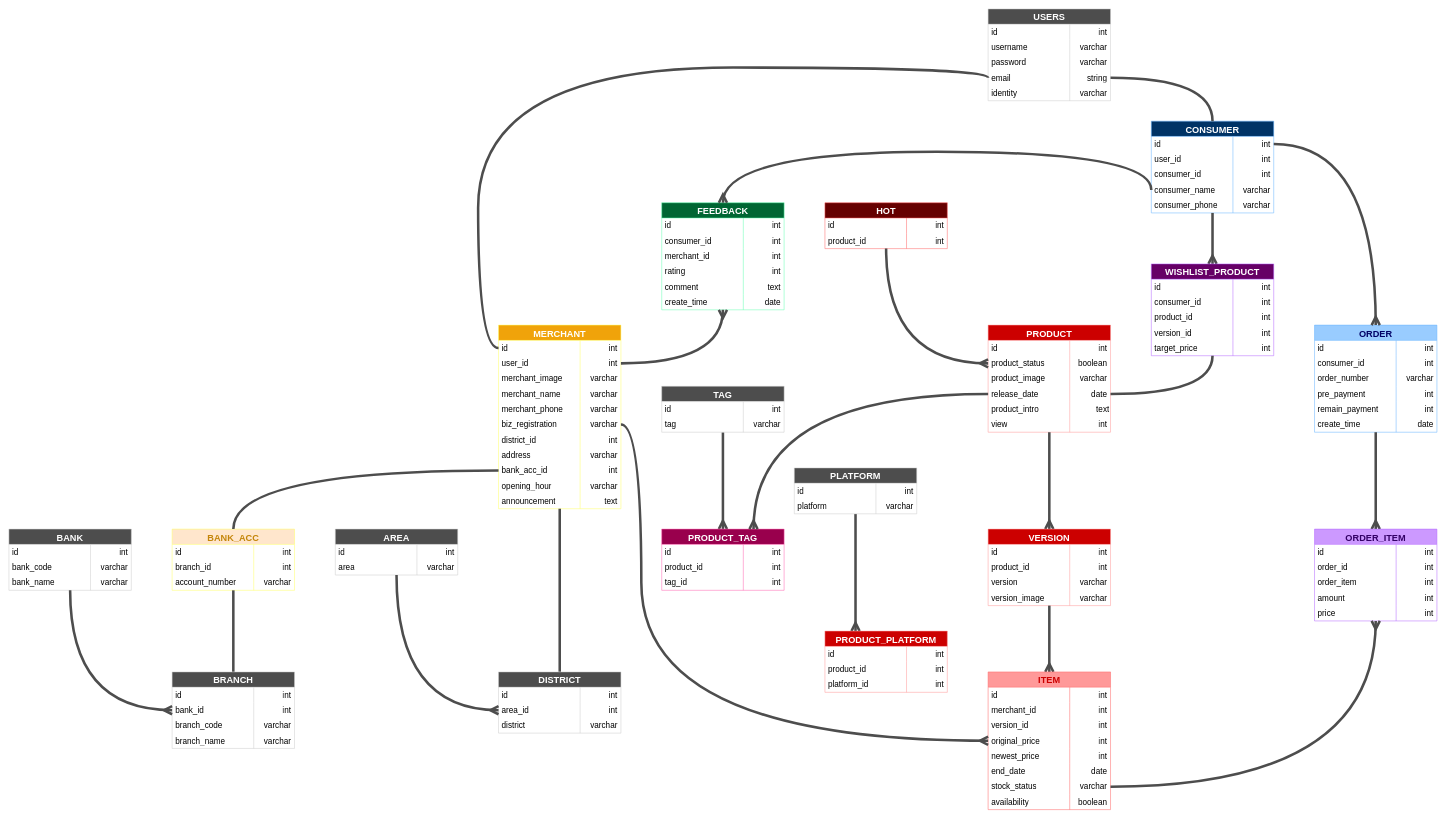
Earlier version of the draw.io diagram guideline/sql_diagram/erd.drawio (Wils0nLin/FRD-Project). Source tidied: cells renumbered, new cells numbered last; positions are measured from the earlier drawing's top-left corner, leaving out a move shared by most shapes. Both pictures are drawn from the tidied source at 51%, with x=0, y=0 at pixel (9, 9).
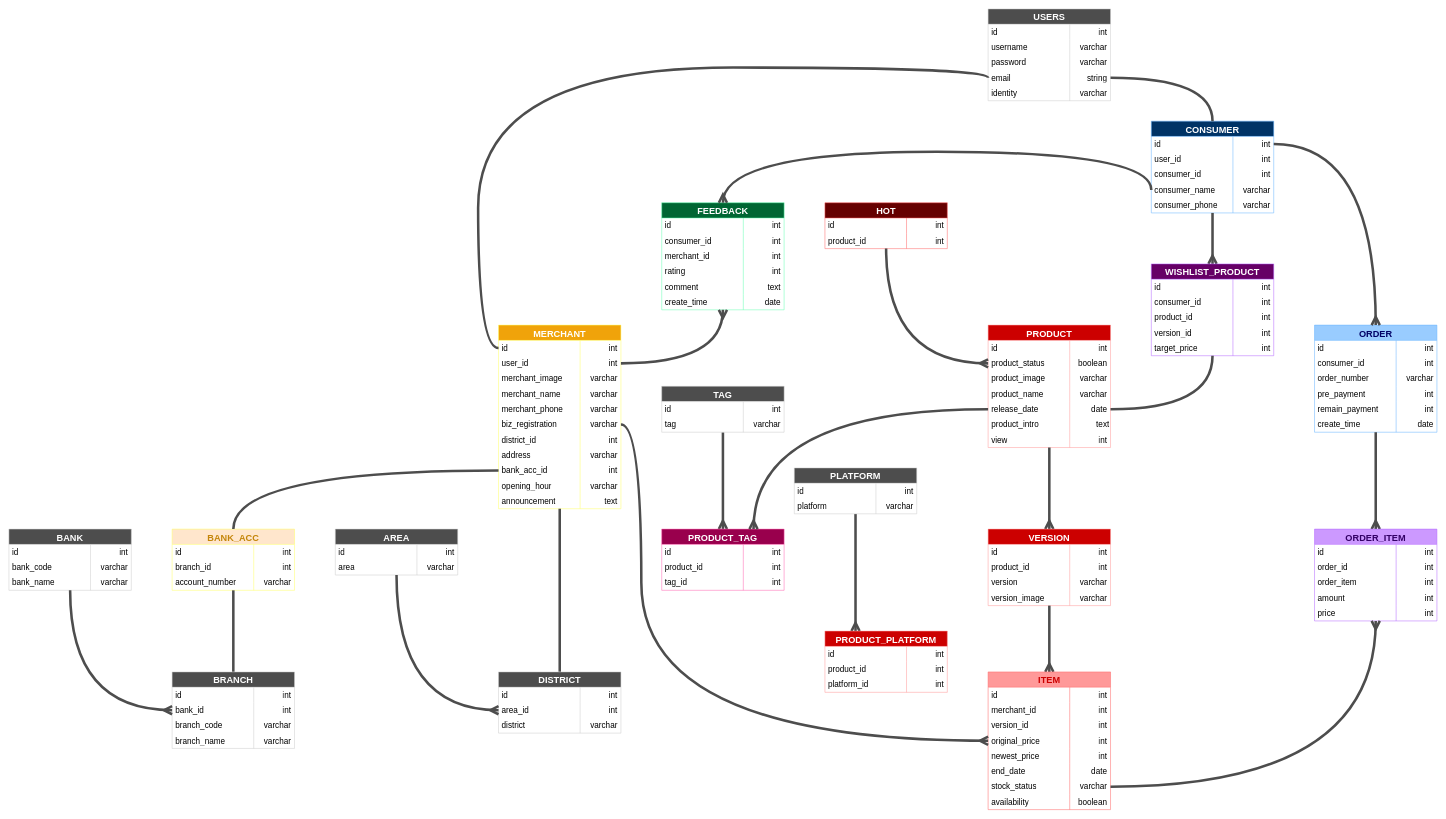
Above is the later version.

Diff of the diagram source:
```diff
@@
     <mxCell id="87" value="PRODUCT" style="shape=table;startSize=30;childLayout=tableLayout;rowLines=0;fontStyle=1;fontSize=18;labelBackgroundColor=none;fillColor=#CC0000;fontColor=#ffffff;strokeColor=#FF9999;swimlaneFillColor=default;" parent="1" vertex="1">
-      <mxGeometry x="1920" y="620" width="240" height="210" as="geometry" />
+      <mxGeometry x="1920" y="620" width="240" height="240" as="geometry" />
     </mxCell>
@@
+    <mxCell id="308" style="shape=tableRow;horizontal=0;startSize=0;swimlaneHead=0;swimlaneBody=0;top=0;left=0;bottom=0;right=0;fillColor=none;" parent="87" vertex="1">
+      <mxGeometry y="120" width="240" height="30" as="geometry" />
+    </mxCell>
+    <mxCell id="309" value="&amp;nbsp;product_name" style="shape=partialRectangle;html=1;whiteSpace=wrap;fillColor=none;top=0;left=0;bottom=0;right=0;overflow=hidden;fontSize=16;align=left;" parent="308" vertex="1">
+      <mxGeometry width="160" height="30" as="geometry" />
+    </mxCell>
+    <mxCell id="310" value="varchar&amp;nbsp;" style="shape=partialRectangle;html=1;whiteSpace=wrap;fillColor=none;top=0;left=0;bottom=0;right=0;align=right;spacingLeft=6;overflow=hidden;fontSize=16;" parent="308" vertex="1">
+      <mxGeometry x="160" width="80" height="30" as="geometry" />
+    </mxCell>
     <mxCell id="97" style="shape=tableRow;horizontal=0;startSize=0;swimlaneHead=0;swimlaneBody=0;top=0;left=0;bottom=0;right=0;fillColor=none;points=[[0,0.5],[1,0.5]];portConstraint=eastwest;" parent="87" vertex="1">
-      <mxGeometry y="120" width="240" height="30" as="geometry" />
+      <mxGeometry y="150" width="240" height="30" as="geometry" />
     </mxCell>
@@
     <mxCell id="100" style="shape=tableRow;horizontal=0;startSize=0;swimlaneHead=0;swimlaneBody=0;top=0;left=0;bottom=0;right=0;fillColor=none;" parent="87" vertex="1">
-      <mxGeometry y="150" width="240" height="30" as="geometry" />
+      <mxGeometry y="180" width="240" height="30" as="geometry" />
     </mxCell>
@@
     <mxCell id="103" style="shape=tableRow;horizontal=0;startSize=0;swimlaneHead=0;swimlaneBody=0;top=0;left=0;bottom=0;right=0;fillColor=none;" parent="87" vertex="1">
-      <mxGeometry y="180" width="240" height="30" as="geometry" />
+      <mxGeometry y="210" width="240" height="30" as="geometry" />
     </mxCell>
```
